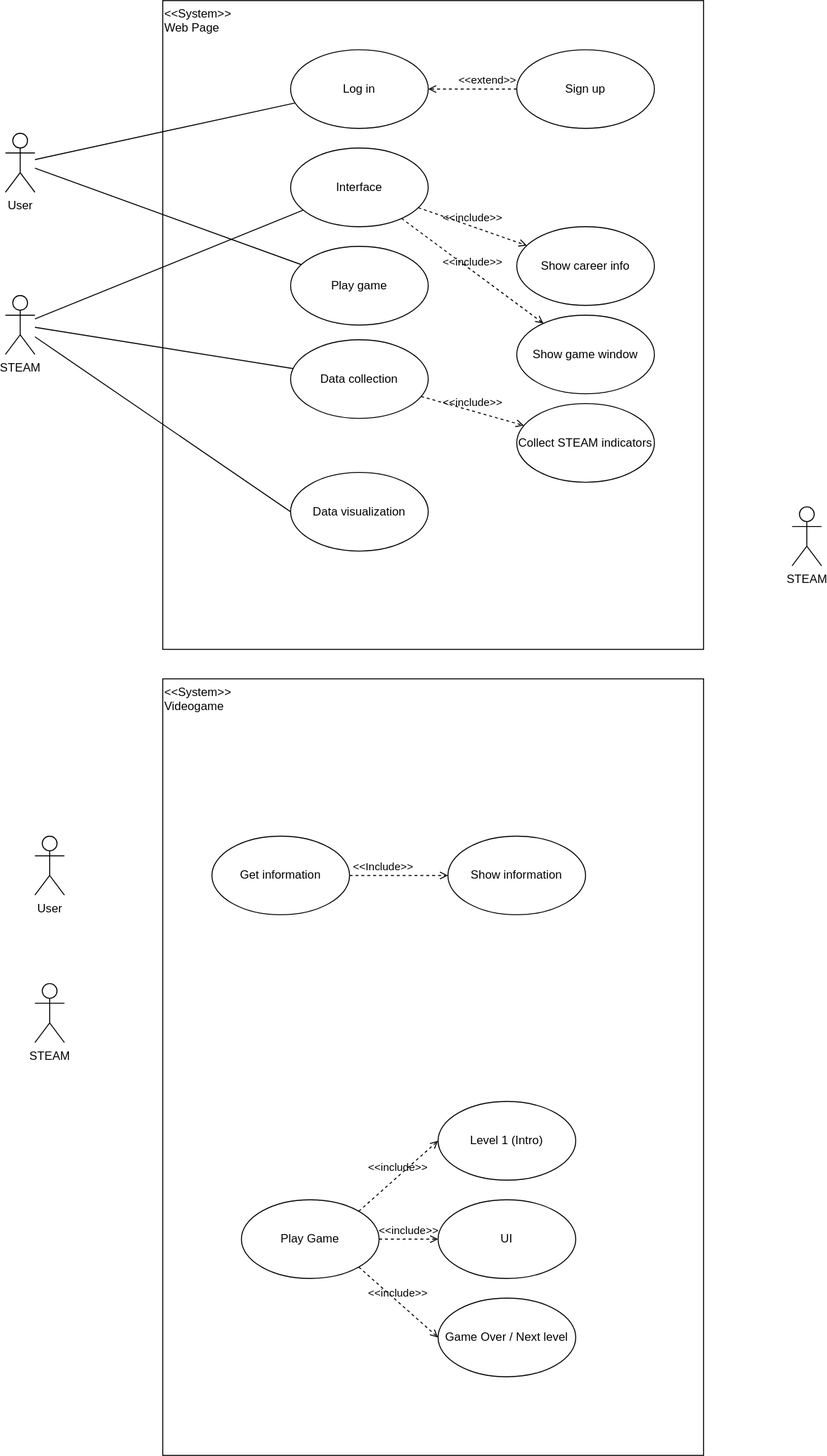
Above: caso-de-uso-STEAM.drawio.svg in ITC21/srsdoc (draw.io), before the change. Source tidied: cells renumbered, new cells last; positions are measured from the earlier drawing's top-left corner, leaving out a move shared by most shapes.
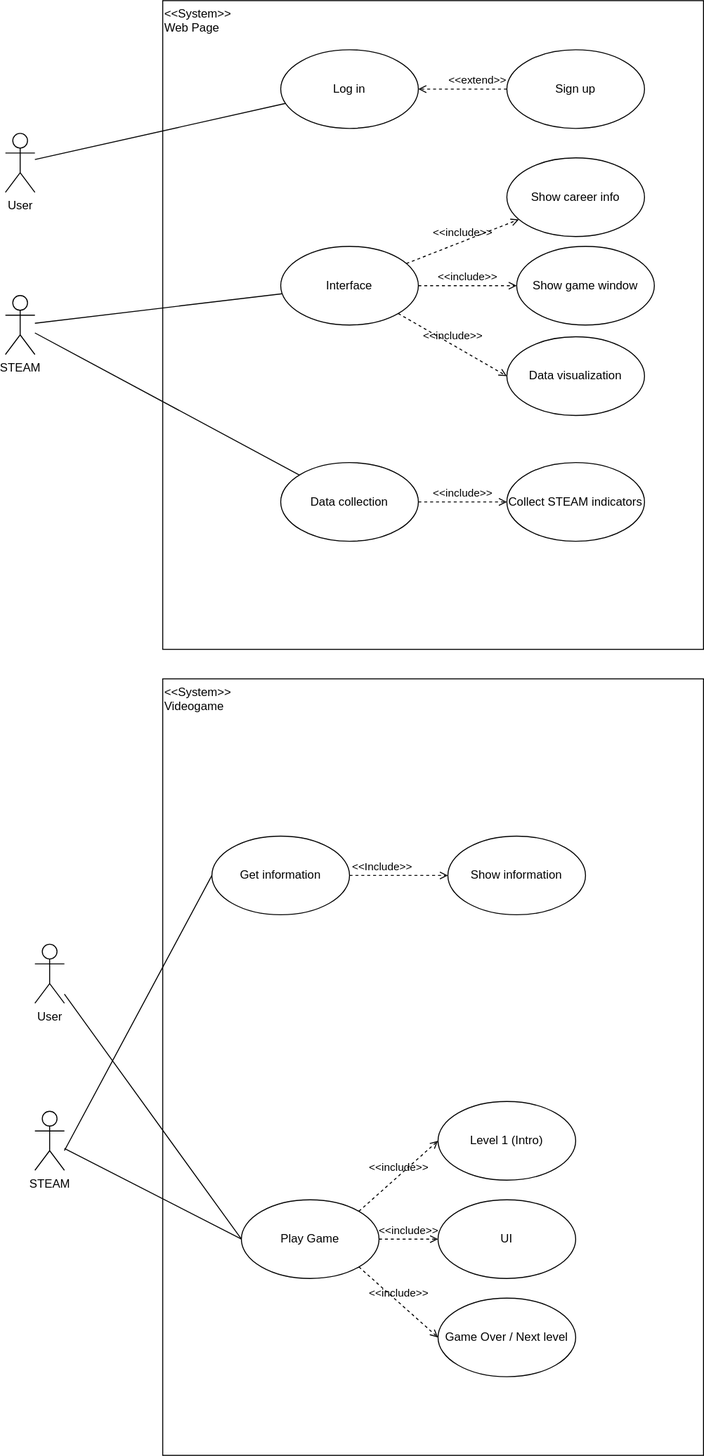
After the change.

Commit message:
Modificaciones a los UML

The edit, as a diff of the source:
```diff
@@ -9,34 +9,25 @@
       <mxGeometry y="135" width="30" height="60" as="geometry" />
     </mxCell>
     <mxCell id="4" value="Log in" style="ellipse;whiteSpace=wrap;html=1;align=center;" parent="1" vertex="1">
-      <mxGeometry x="290" y="50" width="140" height="80" as="geometry" />
+      <mxGeometry x="280" y="50" width="140" height="80" as="geometry" />
     </mxCell>
     <mxCell id="5" value="Sign up" style="ellipse;whiteSpace=wrap;html=1;align=center;" parent="1" vertex="1">
-      <mxGeometry x="520" y="50" width="140" height="80" as="geometry" />
+      <mxGeometry x="510" y="50" width="140" height="80" as="geometry" />
     </mxCell>
     <mxCell id="6" style="endArrow=none;html=1;" parent="1" edge="1" source="3" target="4">
       <mxGeometry relative="1" as="geometry" />
     </mxCell>
-    <mxCell id="7" value="Play game" style="ellipse;whiteSpace=wrap;html=1;align=center;" parent="1" vertex="1">
-      <mxGeometry x="290" y="250" width="140" height="80" as="geometry" />
-    </mxCell>
-    <mxCell id="8" style="endArrow=none;html=1;" parent="1" edge="1" source="3" target="7">
-      <mxGeometry relative="1" as="geometry" />
-    </mxCell>
     <mxCell id="9" value="&amp;lt;&amp;lt;System&amp;gt;&amp;gt;&lt;br&gt;Videogame" style="rounded=0;whiteSpace=wrap;html=1;align=left;verticalAlign=top;" parent="1" vertex="1">
       <mxGeometry x="160" y="690" width="550" height="790" as="geometry" />
     </mxCell>
-    <mxCell id="10" value="STEAM" style="shape=umlActor;verticalLabelPosition=bottom;verticalAlign=top;html=1;align=center;" parent="1" vertex="1">
-      <mxGeometry x="800" y="515" width="30" height="60" as="geometry" />
-    </mxCell>
     <mxCell id="11" value="Interface" style="ellipse;whiteSpace=wrap;html=1;align=center;" parent="1" vertex="1">
-      <mxGeometry x="290" y="150" width="140" height="80" as="geometry" />
+      <mxGeometry x="280" y="250" width="140" height="80" as="geometry" />
     </mxCell>
     <mxCell id="12" value="Show game window" style="ellipse;whiteSpace=wrap;html=1;align=center;" parent="1" vertex="1">
-      <mxGeometry x="520" y="320" width="140" height="80" as="geometry" />
+      <mxGeometry x="520" y="250" width="140" height="80" as="geometry" />
     </mxCell>
     <mxCell id="13" value="Show career info" style="ellipse;whiteSpace=wrap;html=1;align=center;" parent="1" vertex="1">
-      <mxGeometry x="520" y="230" width="140" height="80" as="geometry" />
+      <mxGeometry x="510" y="160" width="140" height="80" as="geometry" />
     </mxCell>
     <mxCell id="14" value="STEAM" style="shape=umlActor;verticalLabelPosition=bottom;verticalAlign=top;html=1;outlineConnect=0;align=center;" parent="1" vertex="1">
       <mxGeometry y="300" width="30" height="60" as="geometry" />
@@ -45,7 +36,7 @@
       <mxGeometry relative="1" as="geometry" />
     </mxCell>
     <mxCell id="16" value="Data collection" style="ellipse;whiteSpace=wrap;html=1;align=center;" parent="1" vertex="1">
-      <mxGeometry x="290" y="345" width="140" height="80" as="geometry" />
+      <mxGeometry x="280" y="470" width="140" height="80" as="geometry" />
     </mxCell>
     <mxCell id="17" style="endArrow=none;html=1;" parent="1" edge="1" source="14" target="16">
       <mxGeometry relative="1" as="geometry" />
@@ -57,24 +48,19 @@
       <mxGeometry relative="1" as="geometry" />
     </mxCell>
     <mxCell id="20" value="Collect STEAM indicators" style="ellipse;whiteSpace=wrap;html=1;align=center;" parent="1" vertex="1">
-      <mxGeometry x="520" y="410" width="140" height="80" as="geometry" />
+      <mxGeometry x="510" y="470" width="140" height="80" as="geometry" />
     </mxCell>
     <mxCell id="21" value="&amp;lt;&amp;lt;include&amp;gt;&amp;gt;" style="html=1;verticalAlign=bottom;labelBackgroundColor=none;endArrow=open;endFill=0;dashed=1;" parent="1" edge="1" source="16" target="20">
       <mxGeometry relative="1" as="geometry" />
     </mxCell>
     <mxCell id="22" value="Data visualization" style="ellipse;whiteSpace=wrap;html=1;align=center;" parent="1" vertex="1">
-      <mxGeometry x="290" y="480" width="140" height="80" as="geometry" />
+      <mxGeometry x="510" y="342" width="140" height="80" as="geometry" />
     </mxCell>
-    <mxCell id="23" style="endArrow=none;html=1;entryX=0;entryY=0.5;entryDx=0;entryDy=0;" parent="1" edge="1" target="22">
-      <mxGeometry relative="1" as="geometry">
-        <mxPoint x="30" y="342" as="sourcePoint" />
-      </mxGeometry>
-    </mxCell>
     <mxCell id="24" value="STEAM" style="shape=umlActor;verticalLabelPosition=bottom;verticalAlign=top;html=1;outlineConnect=0;align=center;" parent="1" vertex="1">
-      <mxGeometry x="30" y="1000" width="30" height="60" as="geometry" />
+      <mxGeometry x="30" y="1130" width="30" height="60" as="geometry" />
     </mxCell>
     <mxCell id="25" value="User" style="shape=umlActor;verticalLabelPosition=bottom;verticalAlign=top;html=1;outlineConnect=0;align=center;" parent="1" vertex="1">
-      <mxGeometry x="30" y="850" width="30" height="60" as="geometry" />
+      <mxGeometry x="30" y="960" width="30" height="60" as="geometry" />
     </mxCell>
     <mxCell id="26" value="Get information" style="ellipse;whiteSpace=wrap;html=1;align=center;" parent="1" vertex="1">
       <mxGeometry x="210" y="850" width="140" height="80" as="geometry" />
@@ -109,5 +95,19 @@
     <mxCell id="36" value="&amp;lt;&amp;lt;extend&amp;gt;&amp;gt;" style="html=1;verticalAlign=bottom;labelBackgroundColor=none;endArrow=open;endFill=0;dashed=1;exitX=0;exitY=0.5;exitDx=0;exitDy=0;entryX=1;entryY=0.5;entryDx=0;entryDy=0;" parent="1" edge="1" source="5" target="4">
       <mxGeometry x="-0.33" relative="1" as="geometry" />
     </mxCell>
+    <mxCell id="37" style="endArrow=none;html=1;entryX=0;entryY=0.5;entryDx=0;entryDy=0;" parent="1" edge="1" source="24" target="29">
+      <mxGeometry relative="1" as="geometry" />
+    </mxCell>
+    <mxCell id="38" style="endArrow=none;html=1;entryX=0;entryY=0.5;entryDx=0;entryDy=0;" parent="1" edge="1" target="26">
+      <mxGeometry relative="1" as="geometry">
+        <mxPoint x="60" y="1170" as="sourcePoint" />
+      </mxGeometry>
+    </mxCell>
+    <mxCell id="39" style="endArrow=none;html=1;entryX=0;entryY=0.5;entryDx=0;entryDy=0;" parent="1" edge="1" source="25" target="29">
+      <mxGeometry relative="1" as="geometry" />
+    </mxCell>
+    <mxCell id="40" value="&amp;lt;&amp;lt;include&amp;gt;&amp;gt;" style="html=1;verticalAlign=bottom;labelBackgroundColor=none;endArrow=open;endFill=0;dashed=1;entryX=0;entryY=0.5;entryDx=0;entryDy=0;exitX=1;exitY=1;exitDx=0;exitDy=0;" parent="1" edge="1" source="11" target="22">
+      <mxGeometry relative="1" as="geometry" />
+    </mxCell>
   </root>
 </mxGraphModel>
```
